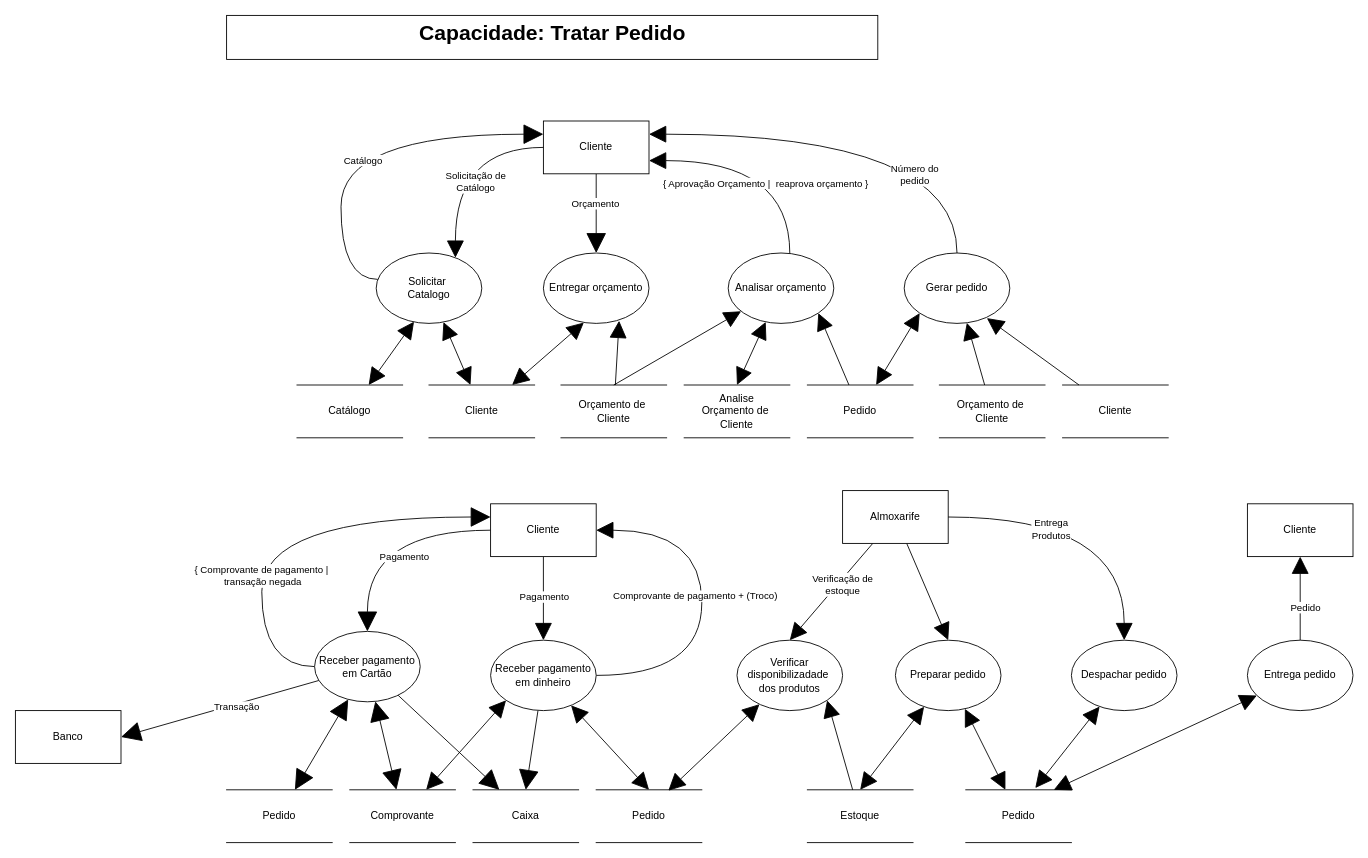
This is Documentation/DFD Essencial para cada Capacidade/DFD Criar Pedido.drawio from Systematicos/FindingApp, a draw.io file, before an edit. Source tidied: cells renumbered, new cells numbered last; positions are measured from the earlier drawing's top-left corner, leaving out a move shared by most shapes. Both pictures are drawn from the tidied source at 88%, with x=0, y=0 at pixel (15, 15).
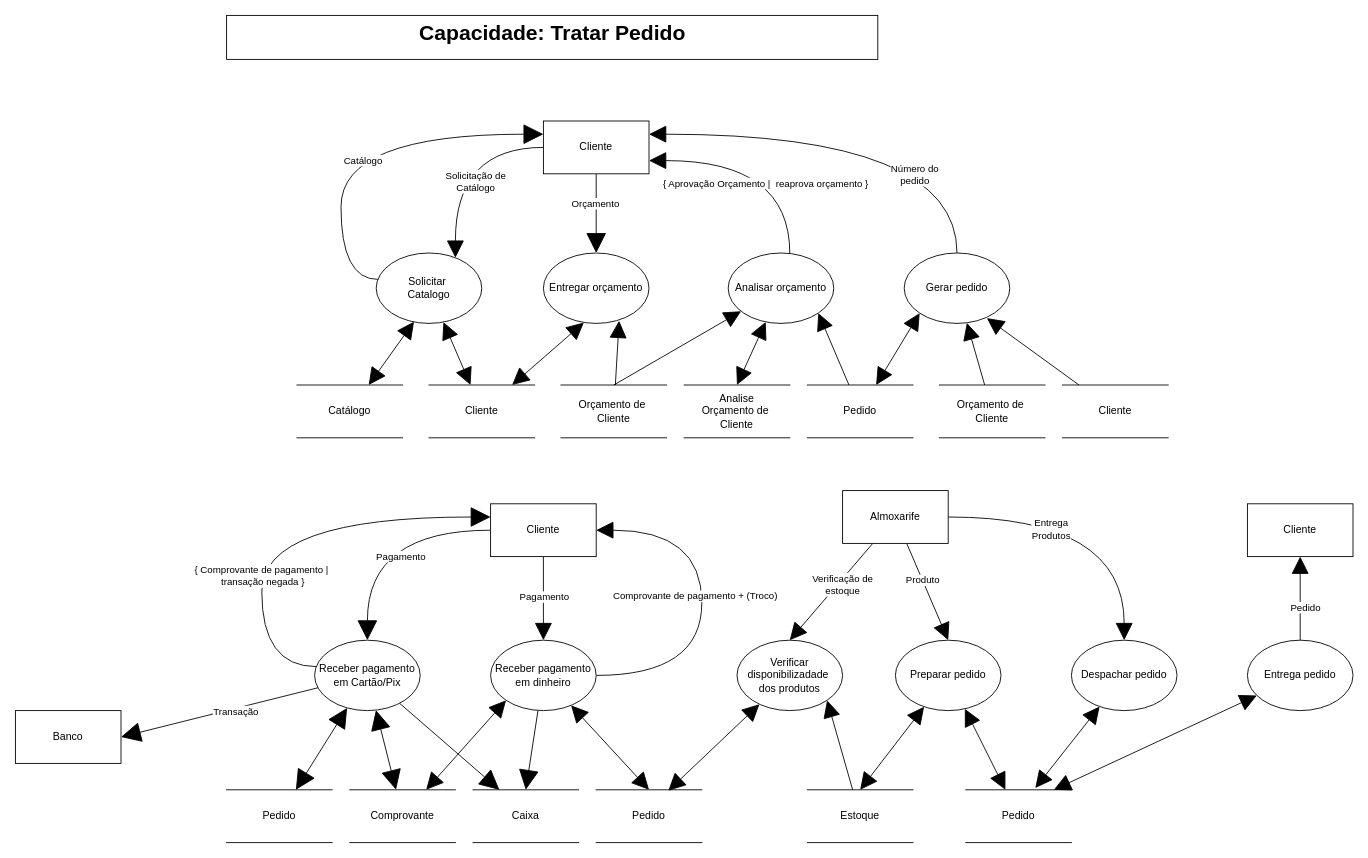
The same page after the edit.

Unchanged cells that the change refers to:
```xml
<mxCell id="49" style="edgeStyle=none;rounded=0;jettySize=auto;html=1;entryX=0.5;entryY=0;entryDx=0;entryDy=0;startArrow=none;startFill=0;startSize=17;endArrow=block;endFill=1;endSize=17;" parent="1" edge="1" source="50" target="56">
  <mxGeometry relative="1" as="geometry" />
</mxCell>
<mxCell id="73" style="edgeStyle=orthogonalEdgeStyle;rounded=0;jettySize=auto;html=1;entryX=0;entryY=0.25;entryDx=0;entryDy=0;startArrow=none;startFill=0;startSize=20;endArrow=block;endFill=1;endSize=20;curved=1;" parent="1" edge="1" source="78" target="35">
  <mxGeometry relative="1" as="geometry">
    <Array as="points">
      <mxPoint x="280" y="740" />
      <mxPoint x="280" y="570" />
    </Array>
  </mxGeometry>
</mxCell>
```

Change to the diagram source:
```diff
@@
+    <mxCell id="81" value="Produto" style="edgeLabel;html=1;align=center;verticalAlign=middle;" parent="49" vertex="1">
+      <mxGeometry x="-0.24" relative="1" as="geometry" />
+    </mxCell>
@@
-    <mxCell id="74" value="{ Comprovante de pagamento |&amp;nbsp;&lt;br&gt;transação negada" style="edgeLabel;html=1;align=center;verticalAlign=middle;" parent="73" vertex="1">
+    <mxCell id="74" value="{ Comprovante de pagamento |&amp;nbsp;&lt;br&gt;transação negada }" style="edgeLabel;html=1;align=center;verticalAlign=middle;" parent="73" vertex="1">
       <mxGeometry x="-0.33" relative="1" as="geometry" />
     </mxCell>
@@
-    <mxCell id="78" value="Receber pagamento em Cartão" style="ellipse;whiteSpace=wrap;html=1;" parent="1" vertex="1">
-      <mxGeometry x="340" y="700" width="120" height="80" as="geometry" />
+    <mxCell id="78" value="Receber pagamento em Cartão/Pix" style="ellipse;whiteSpace=wrap;html=1;" parent="1" vertex="1">
+      <mxGeometry x="340" y="710" width="120" height="80" as="geometry" />
     </mxCell>
```
